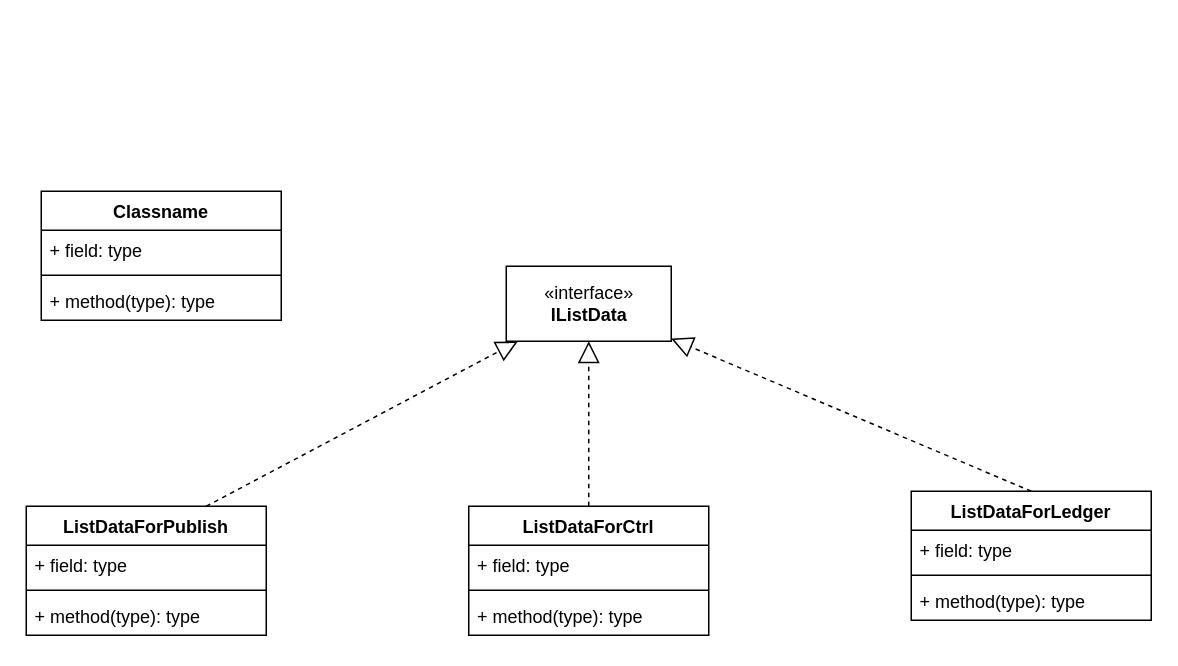
Before: bud-exec-query.drawio in jeffers3n/dev-diagrams, a draw.io diagram. Source tidied: cells renumbered, new cells numbered last; positions are measured from the earlier drawing's top-left corner, leaving out a move shared by most shapes. Both pictures are drawn from the tidied source at 150%, with x=0, y=0 at pixel (26, 190).
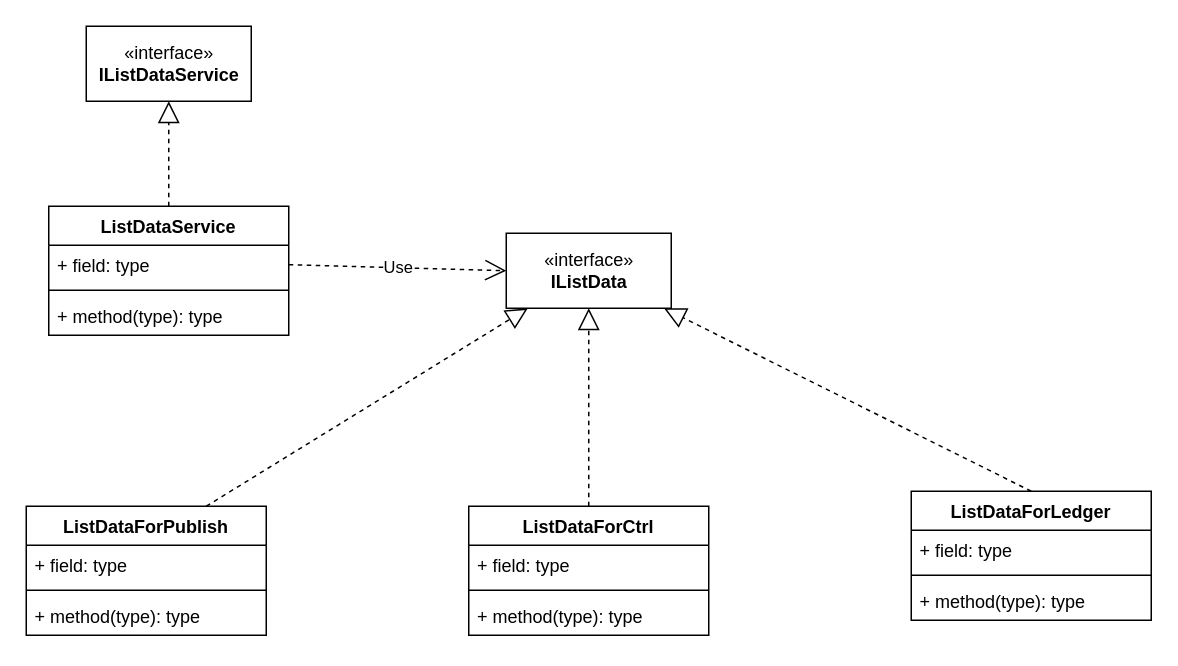
The same page after the edit.

Unchanged cells that the change refers to:
```xml
<mxCell id="3" value="ListDataForPublish" style="swimlane;fontStyle=1;align=center;verticalAlign=top;horizontal=1;startSize=26;rounded=0;glass=0;labelBackgroundColor=none;labelBorderColor=none;" parent="1" vertex="1">
  <mxGeometry y="210" width="160" height="86" as="geometry" />
</mxCell>
<mxCell id="7" value="ListDataForCtrl" style="swimlane;fontStyle=1;align=center;verticalAlign=top;horizontal=1;startSize=26;rounded=0;glass=0;labelBackgroundColor=none;labelBorderColor=none;" parent="1" vertex="1">
  <mxGeometry x="295" y="210" width="160" height="86" as="geometry" />
</mxCell>
<mxCell id="11" value="ListDataForLedger" style="swimlane;fontStyle=1;align=center;verticalAlign=top;horizontal=1;startSize=26;rounded=0;glass=0;labelBackgroundColor=none;labelBorderColor=none;" parent="1" vertex="1">
  <mxGeometry x="590" y="200" width="160" height="86" as="geometry" />
</mxCell>
```

Diff of the diagram source:
```diff
@@
     <mxCell id="2" value="«interface»&lt;br&gt;&lt;b&gt;IListData&lt;/b&gt;" style="html=1;" parent="1" vertex="1">
-      <mxGeometry x="320" y="50" width="110" height="50" as="geometry" />
+      <mxGeometry x="320" y="28" width="110" height="50" as="geometry" />
     </mxCell>
@@
-    <mxCell id="15" value="Classname" style="swimlane;fontStyle=1;align=center;verticalAlign=top;horizontal=1;startSize=26;rounded=0;glass=0;labelBackgroundColor=none;labelBorderColor=none;" parent="1" vertex="1">
-      <mxGeometry x="10" width="160" height="86" as="geometry" />
-    </mxCell>
+    <mxCell id="19" style="endArrow=block;dashed=1;endFill=0;endSize=12;html=1;rounded=0;exitX=0.75;exitY=0;exitDx=0;exitDy=0;" parent="1" edge="1" source="3" target="2">
+      <mxGeometry relative="1" as="geometry" />
+    </mxCell>
+    <mxCell id="20" style="endArrow=block;dashed=1;endFill=0;endSize=12;html=1;rounded=0;exitX=0.5;exitY=0;exitDx=0;exitDy=0;" parent="1" edge="1" source="7" target="2">
+      <mxGeometry relative="1" as="geometry" />
+    </mxCell>
+    <mxCell id="21" style="endArrow=block;dashed=1;endFill=0;endSize=12;html=1;rounded=0;exitX=0.5;exitY=0;exitDx=0;exitDy=0;" parent="1" edge="1" source="11" target="2">
+      <mxGeometry relative="1" as="geometry" />
+    </mxCell>
+    <mxCell id="22" value="«interface»&lt;br&gt;&lt;b&gt;IListDataService&lt;/b&gt;" style="html=1;rounded=0;glass=0;labelBackgroundColor=none;labelBorderColor=none;" parent="1" vertex="1">
+      <mxGeometry x="40" y="-110" width="110" height="50" as="geometry" />
+    </mxCell>
+    <mxCell id="23" value="ListDataService" style="swimlane;fontStyle=1;align=center;verticalAlign=top;horizontal=1;startSize=26;rounded=0;glass=0;labelBackgroundColor=none;labelBorderColor=none;" parent="1" vertex="1">
+      <mxGeometry x="15" y="10" width="160" height="86" as="geometry" />
+    </mxCell>
-    <mxCell id="16" value="+ field: type" style="text;strokeColor=none;fillColor=none;align=left;verticalAlign=top;spacingLeft=4;spacingRight=4;overflow=hidden;points=[[0,0.5],[1,0.5]];portConstraint=eastwest;rounded=0;glass=0;labelBackgroundColor=none;labelBorderColor=none;" parent="15" vertex="1">
+    <mxCell id="16" value="+ field: type" style="text;strokeColor=none;fillColor=none;align=left;verticalAlign=top;spacingLeft=4;spacingRight=4;overflow=hidden;points=[[0,0.5],[1,0.5]];portConstraint=eastwest;rounded=0;glass=0;labelBackgroundColor=none;labelBorderColor=none;" parent="23" vertex="1">
       <mxGeometry y="26" width="160" height="26" as="geometry" />
     </mxCell>
-    <mxCell id="17" style="line;strokeWidth=1;fillColor=none;align=left;verticalAlign=middle;spacingTop=-1;spacingLeft=3;spacingRight=3;labelPosition=right;rounded=0;glass=0;labelBackgroundColor=none;labelBorderColor=none;" parent="15" vertex="1">
+    <mxCell id="17" style="line;strokeWidth=1;fillColor=none;align=left;verticalAlign=middle;spacingTop=-1;spacingLeft=3;spacingRight=3;labelPosition=right;rounded=0;glass=0;labelBackgroundColor=none;labelBorderColor=none;" parent="23" vertex="1">
       <mxGeometry y="52" width="160" height="8" as="geometry" />
     </mxCell>
-    <mxCell id="18" value="+ method(type): type" style="text;strokeColor=none;fillColor=none;align=left;verticalAlign=top;spacingLeft=4;spacingRight=4;overflow=hidden;rounded=0;glass=0;labelBackgroundColor=none;labelBorderColor=none;" parent="15" vertex="1">
+    <mxCell id="18" value="+ method(type): type" style="text;strokeColor=none;fillColor=none;align=left;verticalAlign=top;spacingLeft=4;spacingRight=4;overflow=hidden;rounded=0;glass=0;labelBackgroundColor=none;labelBorderColor=none;" parent="23" vertex="1">
       <mxGeometry y="60" width="160" height="26" as="geometry" />
     </mxCell>
-    <mxCell id="19" style="endArrow=block;dashed=1;endFill=0;endSize=12;html=1;rounded=0;exitX=0.75;exitY=0;exitDx=0;exitDy=0;" parent="1" edge="1" source="3" target="2">
-      <mxGeometry relative="1" as="geometry" />
-    </mxCell>
-    <mxCell id="20" style="endArrow=block;dashed=1;endFill=0;endSize=12;html=1;rounded=0;exitX=0.5;exitY=0;exitDx=0;exitDy=0;" parent="1" edge="1" source="7" target="2">
-      <mxGeometry relative="1" as="geometry" />
-    </mxCell>
-    <mxCell id="21" style="endArrow=block;dashed=1;endFill=0;endSize=12;html=1;rounded=0;exitX=0.5;exitY=0;exitDx=0;exitDy=0;" parent="1" edge="1" source="11" target="2">
-      <mxGeometry relative="1" as="geometry" />
-    </mxCell>
+    <mxCell id="24" style="endArrow=block;dashed=1;endFill=0;endSize=12;html=1;rounded=0;exitX=0.5;exitY=0;exitDx=0;exitDy=0;" parent="1" edge="1" source="23" target="22">
+      <mxGeometry relative="1" as="geometry" />
+    </mxCell>
+    <mxCell id="25" value="Use" style="endArrow=open;endSize=12;dashed=1;html=1;rounded=0;exitX=1;exitY=0.5;exitDx=0;exitDy=0;entryX=0;entryY=0.5;entryDx=0;entryDy=0;" parent="1" edge="1" source="16" target="2">
+      <mxGeometry relative="1" as="geometry" />
+    </mxCell>
```
